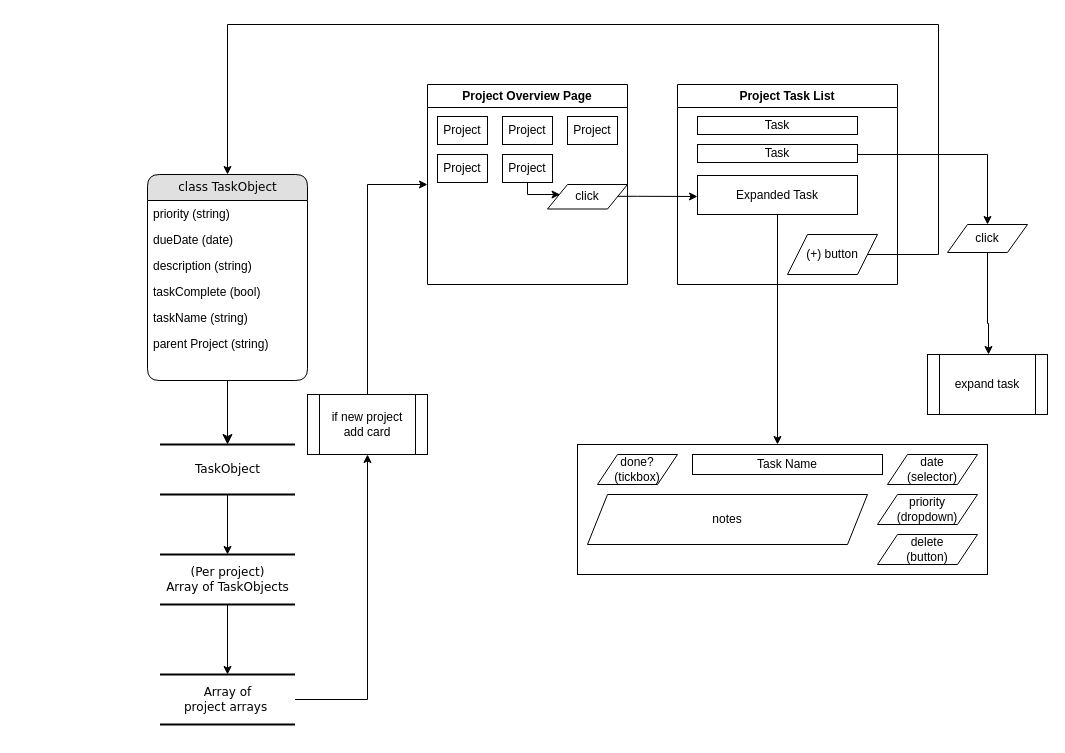
The draw.io diagram flowchart.drawio in sykul/Todo-List, before the edit. Source tidied: cells renumbered, new cells numbered last; positions are measured from the earlier drawing's top-left corner, leaving out a move shared by most shapes. Both pictures are drawn from the tidied source at 100%, with x=0, y=0 at pixel (147, 24).
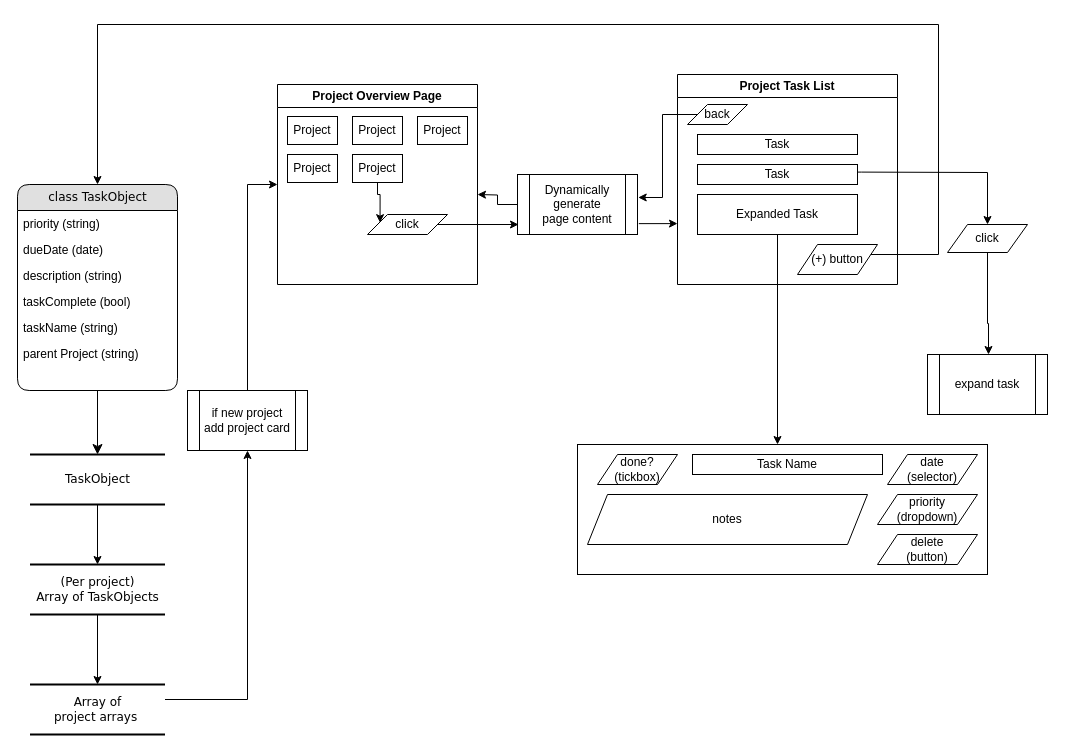
The same page after the edit.

Unchanged cells that the change refers to:
```xml
<mxCell id="21" value="Project" style="rounded=0;whiteSpace=wrap;html=1;" parent="15" vertex="1">
  <mxGeometry x="75" y="70" width="50" height="28" as="geometry" />
</mxCell>
<mxCell id="34" value="click" style="shape=parallelogram;perimeter=parallelogramPerimeter;whiteSpace=wrap;html=1;fixedSize=1;" parent="1" vertex="1">
  <mxGeometry x="800" y="200" width="80" height="28" as="geometry" />
</mxCell>
```

The edit, as a diff of the source:
```diff
@@
     <mxCell id="3" style="edgeStyle=orthogonalEdgeStyle;rounded=0;jettySize=auto;html=1;entryX=0.5;entryY=1;entryDx=0;entryDy=0;" parent="1" edge="1" source="32" target="30">
       <mxGeometry relative="1" as="geometry">
         <Array as="points">
-          <mxPoint x="220" y="675" />
+          <mxPoint x="100" y="675" />
         </Array>
       </mxGeometry>
     </mxCell>
     <mxCell id="4" value="TaskObject" style="html=1;rounded=0;shadow=0;comic=0;labelBackgroundColor=none;strokeWidth=2;fontFamily=Verdana;fontSize=12;align=center;shape=mxgraph.ios7ui.horLines;" parent="1" vertex="1">
-      <mxGeometry x="12.5" y="420" width="135" height="50" as="geometry" />
+      <mxGeometry x="-117.5" y="430" width="135" height="50" as="geometry" />
     </mxCell>
     <mxCell id="5" value="class TaskObject" style="swimlane;html=1;fontStyle=0;horizontal=1;startSize=26;fillColor=#e0e0e0;swimlaneFillColor=#ffffff;align=center;rounded=1;shadow=0;comic=0;labelBackgroundColor=none;strokeWidth=1;fontFamily=Verdana;fontSize=12;" parent="1" vertex="1">
-      <mxGeometry y="150" width="160" height="206" as="geometry" />
+      <mxGeometry x="-130" y="160" width="160" height="206" as="geometry" />
     </mxCell>
@@
     <mxCell id="13" value="&lt;div&gt;(Per project)&lt;/div&gt;Array of TaskObjects" style="html=1;rounded=0;shadow=0;comic=0;labelBackgroundColor=none;strokeWidth=2;fontFamily=Verdana;fontSize=12;align=center;shape=mxgraph.ios7ui.horLines;" parent="1" vertex="1">
-      <mxGeometry x="12.5" y="530" width="135" height="50" as="geometry" />
+      <mxGeometry x="-117.5" y="540" width="135" height="50" as="geometry" />
     </mxCell>
@@
     <mxCell id="15" value="Project Overview&lt;span style=&quot;background-color: initial;&quot;&gt;&amp;nbsp;Page&lt;/span&gt;" style="swimlane;whiteSpace=wrap;html=1;" parent="1" vertex="1">
-      <mxGeometry x="280" y="60" width="200" height="200" as="geometry" />
+      <mxGeometry x="130" y="60" width="200" height="200" as="geometry" />
     </mxCell>
@@
-    <mxCell id="20" style="edgeStyle=orthogonalEdgeStyle;rounded=0;jettySize=auto;html=1;entryX=0.157;entryY=0.408;entryDx=0;entryDy=0;entryPerimeter=0;" parent="15" edge="1" source="21" target="22">
+    <mxCell id="20" style="edgeStyle=orthogonalEdgeStyle;rounded=0;jettySize=auto;html=1;entryX=0.157;entryY=0.408;entryDx=0;entryDy=0;entryPerimeter=0;exitX=0.5;exitY=1;exitDx=0;exitDy=0;" parent="15" edge="1" source="21" target="22">
       <mxGeometry relative="1" as="geometry">
         <Array as="points">
           <mxPoint x="100" y="110" />
+          <mxPoint x="103" y="110" />
         </Array>
       </mxGeometry>
     </mxCell>
@@
     <mxCell id="22" value="click" style="shape=parallelogram;perimeter=parallelogramPerimeter;whiteSpace=wrap;html=1;fixedSize=1;" parent="15" vertex="1">
-      <mxGeometry x="120" y="100" width="80" height="24.5" as="geometry" />
+      <mxGeometry x="90" y="130" width="80" height="20" as="geometry" />
     </mxCell>
     <mxCell id="23" value="Project Task List" style="swimlane;whiteSpace=wrap;html=1;" parent="1" vertex="1">
-      <mxGeometry x="530" y="60" width="220" height="200" as="geometry" />
+      <mxGeometry x="530" y="50" width="220" height="210" as="geometry" />
     </mxCell>
     <mxCell id="24" value="Task" style="rounded=0;whiteSpace=wrap;html=1;" parent="23" vertex="1">
-      <mxGeometry x="20" y="32" width="160" height="18" as="geometry" />
+      <mxGeometry x="20" y="60" width="160" height="20" as="geometry" />
     </mxCell>
     <mxCell id="25" value="Task" style="rounded=0;whiteSpace=wrap;html=1;" parent="23" vertex="1">
-      <mxGeometry x="20" y="60" width="160" height="18" as="geometry" />
+      <mxGeometry x="20" y="90" width="160" height="20" as="geometry" />
     </mxCell>
-    <mxCell id="26" style="edgeStyle=orthogonalEdgeStyle;rounded=0;jettySize=auto;html=1;" parent="23" edge="1" source="27">
-      <mxGeometry relative="1" as="geometry">
-        <mxPoint x="100" y="360" as="targetPoint" />
-        <Array as="points">
-          <mxPoint x="100" y="360" />
-        </Array>
-      </mxGeometry>
-    </mxCell>
     <mxCell id="27" value="Expanded Task" style="rounded=0;whiteSpace=wrap;html=1;" parent="23" vertex="1">
-      <mxGeometry x="20" y="91" width="160" height="39" as="geometry" />
+      <mxGeometry x="20" y="120" width="160" height="40" as="geometry" />
     </mxCell>
     <mxCell id="28" value="&lt;div&gt;&lt;span style=&quot;background-color: initial;&quot;&gt;(+) button&lt;/span&gt;&lt;br&gt;&lt;/div&gt;" style="shape=parallelogram;perimeter=parallelogramPerimeter;whiteSpace=wrap;html=1;fixedSize=1;" parent="23" vertex="1">
-      <mxGeometry x="110" y="150" width="90" height="40" as="geometry" />
+      <mxGeometry x="120" y="170" width="80" height="30" as="geometry" />
     </mxCell>
+    <mxCell id="45" value="back" style="shape=parallelogram;perimeter=parallelogramPerimeter;whiteSpace=wrap;html=1;fixedSize=1;" parent="23" vertex="1">
+      <mxGeometry x="10" y="30" width="60" height="20" as="geometry" />
+    </mxCell>
-    <mxCell id="29" style="edgeStyle=orthogonalEdgeStyle;rounded=0;jettySize=auto;html=1;entryX=0;entryY=0.5;entryDx=0;entryDy=0;" parent="1" edge="1" source="30" target="15">
+    <mxCell id="29" style="edgeStyle=orthogonalEdgeStyle;rounded=0;jettySize=auto;html=1;entryX=0;entryY=0.5;entryDx=0;entryDy=0;exitX=0.5;exitY=0;exitDx=0;exitDy=0;" parent="1" edge="1" source="30" target="15">
       <mxGeometry relative="1" as="geometry">
         <Array as="points">
-          <mxPoint x="220" y="160" />
+          <mxPoint x="100" y="160" />
         </Array>
       </mxGeometry>
     </mxCell>
-    <mxCell id="30" value="if new project&lt;div&gt;add card&lt;/div&gt;" style="shape=process;whiteSpace=wrap;html=1;backgroundOutline=1;" parent="1" vertex="1">
-      <mxGeometry x="160" y="370" width="120" height="60" as="geometry" />
+    <mxCell id="30" value="if new project&lt;div&gt;add project card&lt;/div&gt;" style="shape=process;whiteSpace=wrap;html=1;backgroundOutline=1;" parent="1" vertex="1">
+      <mxGeometry x="40" y="366" width="120" height="60" as="geometry" />
     </mxCell>
     <mxCell id="31" style="edgeStyle=orthogonalEdgeStyle;rounded=0;jettySize=auto;html=1;entryX=0.5;entryY=0;entryDx=0;entryDy=0;" parent="1" edge="1" source="28" target="5">
       <mxGeometry relative="1" as="geometry">
         <Array as="points">
           <mxPoint x="791" y="230" />
           <mxPoint x="791" />
-          <mxPoint x="80" />
+          <mxPoint x="-50" />
         </Array>
       </mxGeometry>
     </mxCell>
     <mxCell id="32" value="&lt;div&gt;&lt;span style=&quot;background-color: initial;&quot;&gt;Array of&lt;/span&gt;&lt;/div&gt;&lt;div&gt;&lt;span style=&quot;background-color: initial;&quot;&gt;project arrays&amp;nbsp;&lt;/span&gt;&lt;br&gt;&lt;/div&gt;" style="html=1;rounded=0;shadow=0;comic=0;labelBackgroundColor=none;strokeWidth=2;fontFamily=Verdana;fontSize=12;align=center;shape=mxgraph.ios7ui.horLines;" parent="1" vertex="1">
-      <mxGeometry x="12.5" y="650" width="135" height="50" as="geometry" />
+      <mxGeometry x="-117.5" y="660" width="135" height="50" as="geometry" />
     </mxCell>
@@
-    <mxCell id="35" style="edgeStyle=orthogonalEdgeStyle;rounded=0;jettySize=auto;html=1;entryX=0.5;entryY=0;entryDx=0;entryDy=0;" parent="1" edge="1" target="34">
+    <mxCell id="35" style="edgeStyle=orthogonalEdgeStyle;rounded=0;jettySize=auto;html=1;entryX=0.5;entryY=0;entryDx=0;entryDy=0;exitX=1.002;exitY=0.38;exitDx=0;exitDy=0;exitPerimeter=0;" parent="1" edge="1" source="25" target="34">
       <mxGeometry relative="1" as="geometry">
-        <mxPoint x="710" y="130" as="sourcePoint" />
         <Array as="points">
-          <mxPoint x="840" y="130" />
+          <mxPoint x="714" y="148" />
+          <mxPoint x="840" y="148" />
         </Array>
       </mxGeometry>
     </mxCell>
-    <mxCell id="36" style="edgeStyle=orthogonalEdgeStyle;rounded=0;jettySize=auto;html=1;exitX=0.875;exitY=0.482;exitDx=0;exitDy=0;exitPerimeter=0;" parent="1" edge="1" source="22">
-      <mxGeometry relative="1" as="geometry">
-        <mxPoint x="550" y="172" as="targetPoint" />
-        <Array as="points">
-          <mxPoint x="490" y="172" />
-          <mxPoint x="490" y="172" />
-        </Array>
-      </mxGeometry>
-    </mxCell>
@@
+    <mxCell id="46" style="edgeStyle=orthogonalEdgeStyle;rounded=0;jettySize=auto;html=1;exitX=1.011;exitY=0.819;exitDx=0;exitDy=0;exitPerimeter=0;" parent="1" edge="1" source="48">
+      <mxGeometry relative="1" as="geometry">
+        <mxPoint x="530" y="200" as="targetPoint" />
+      </mxGeometry>
+    </mxCell>
+    <mxCell id="47" style="edgeStyle=orthogonalEdgeStyle;rounded=0;jettySize=auto;html=1;" parent="1" edge="1" source="48">
+      <mxGeometry relative="1" as="geometry">
+        <mxPoint x="330" y="170" as="targetPoint" />
+      </mxGeometry>
+    </mxCell>
+    <mxCell id="48" value="Dynamically&lt;div&gt;generate&lt;/div&gt;&lt;div&gt;page content&lt;/div&gt;" style="shape=process;whiteSpace=wrap;html=1;backgroundOutline=1;" parent="1" vertex="1">
+      <mxGeometry x="370" y="150" width="120" height="60" as="geometry" />
+    </mxCell>
+    <mxCell id="49" style="edgeStyle=orthogonalEdgeStyle;rounded=0;jettySize=auto;html=1;" parent="1" edge="1" source="22">
+      <mxGeometry relative="1" as="geometry">
+        <mxPoint x="371" y="200" as="targetPoint" />
+        <Array as="points">
+          <mxPoint x="371" y="200" />
+        </Array>
+      </mxGeometry>
+    </mxCell>
+    <mxCell id="50" style="edgeStyle=orthogonalEdgeStyle;rounded=0;jettySize=auto;html=1;entryX=1.006;entryY=0.383;entryDx=0;entryDy=0;entryPerimeter=0;" parent="1" edge="1" source="45" target="48">
+      <mxGeometry relative="1" as="geometry" />
+    </mxCell>
+    <mxCell id="26" style="edgeStyle=orthogonalEdgeStyle;rounded=0;jettySize=auto;html=1;" parent="1" edge="1" source="27">
+      <mxGeometry relative="1" as="geometry">
+        <mxPoint x="630" y="420" as="targetPoint" />
+        <Array as="points">
+          <mxPoint x="630" y="420" />
+        </Array>
+      </mxGeometry>
+    </mxCell>
```
